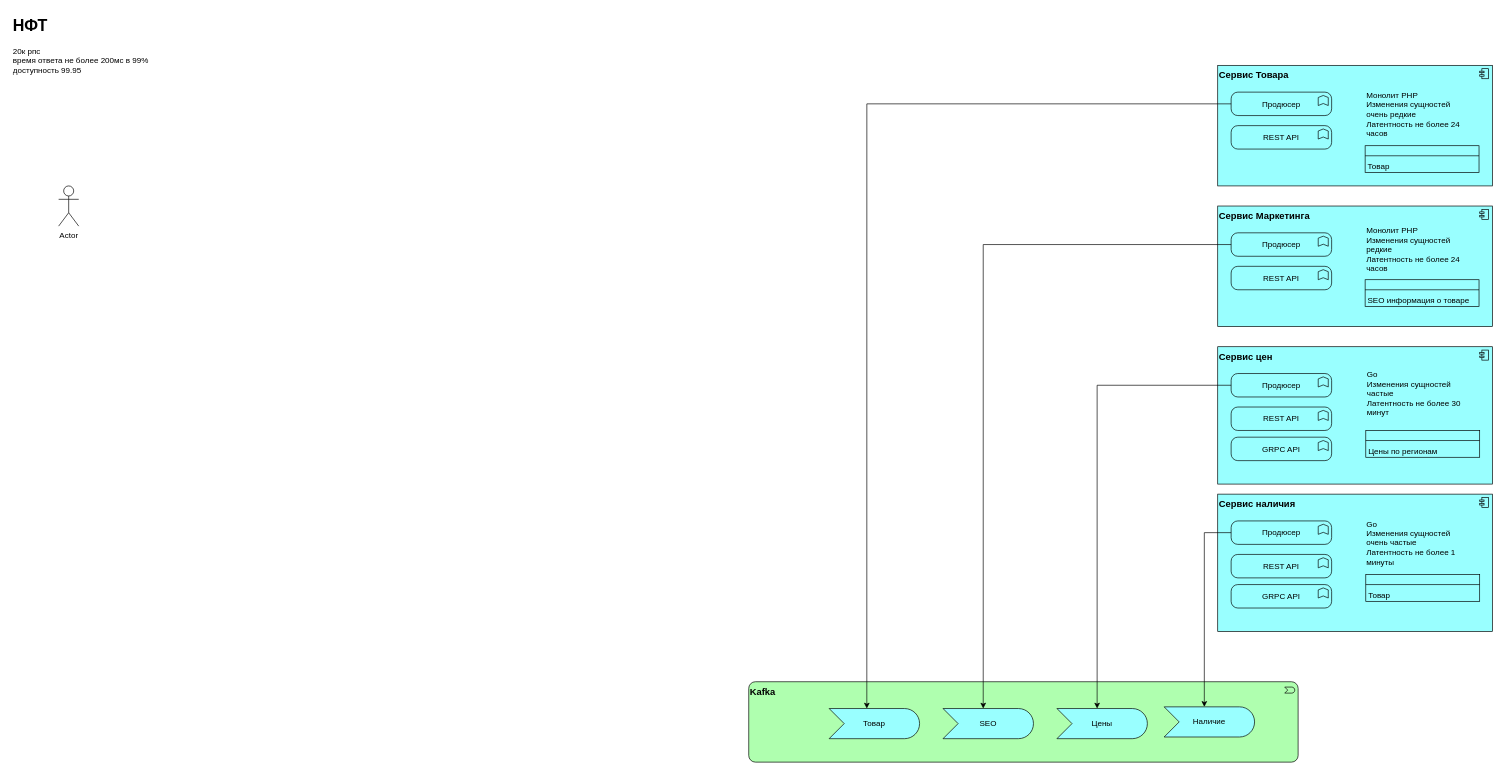
Before: Копия Тестовая КТ.drawio in MuratYMT2/test, a draw.io diagram. Source tidied: cells renumbered, new cells numbered last; positions are measured from the earlier drawing's top-left corner, leaving out a move shared by most shapes. Both pictures are drawn from the tidied source at 67%, with x=0, y=0 at pixel (11, 11).
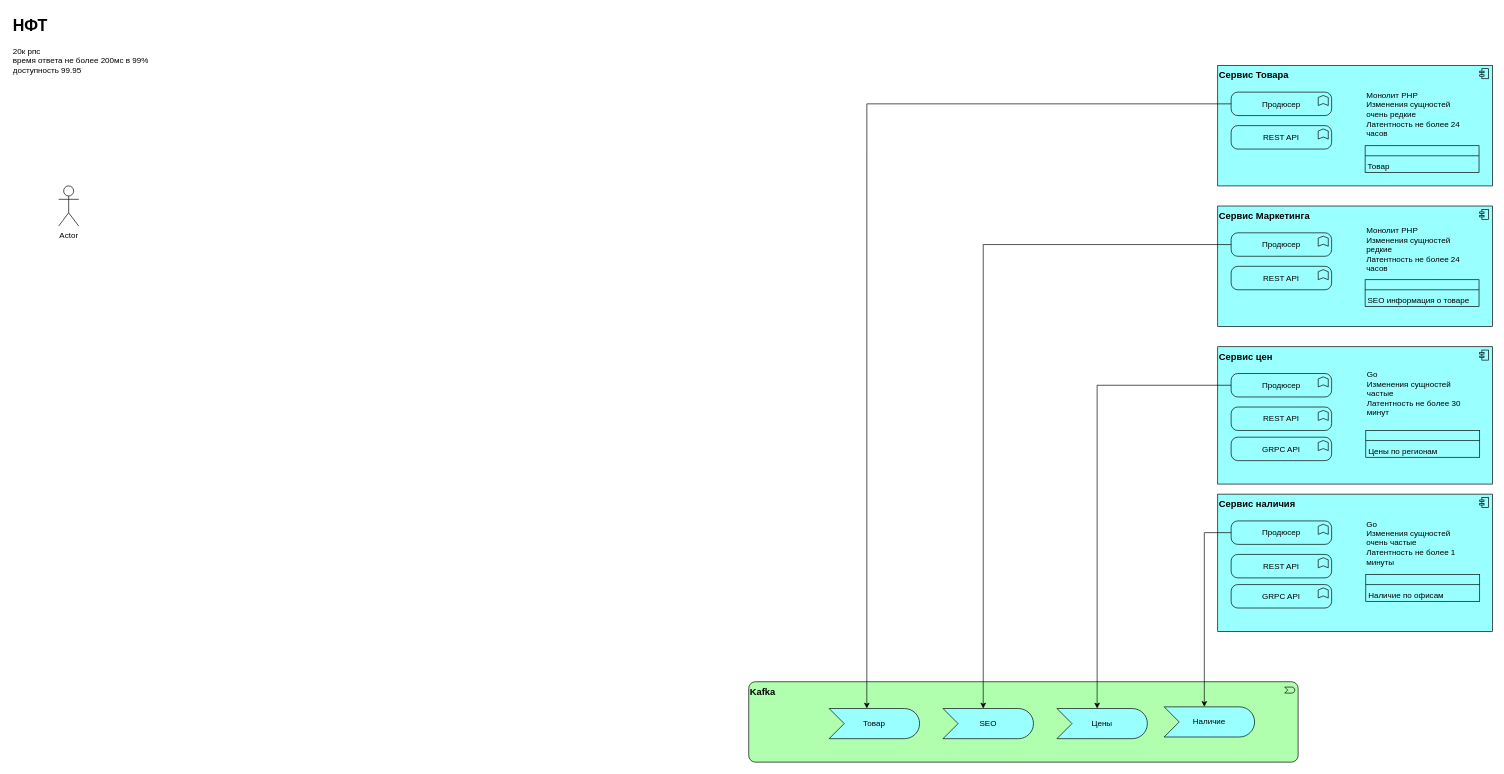
The same diagram, later.

The change refers to these unchanged cells:
```xml
<mxCell id="9" style="group;" parent="1" vertex="1">
  <mxGeometry x="1800" y="720" width="410" height="205" as="geometry" />
</mxCell>
```

Diff of the diagram source:
```diff
@@
-    <mxCell id="13" value="&lt;table cellpadding=&quot;0&quot; cellspacing=&quot;0&quot; style=&quot;font-size:1em;width:100%;height:100%;&quot;&gt;&lt;tbody&gt;&lt;tr style=&quot;height:20px;&quot;&gt;&lt;td align=&quot;center&quot;&gt;&lt;/td&gt;&lt;/tr&gt;&lt;tr&gt;&lt;td align=&quot;left&quot; valign=&quot;top&quot; style=&quot;padding:4px;&quot;&gt;Товар&lt;/td&gt;&lt;/tr&gt;&lt;/tbody&gt;&lt;/table&gt;" style="html=1;whiteSpace=wrap;fillColor=#99ffff;shape=mxgraph.archimate3.businessObject;overflow=fill;" parent="9" vertex="1">
+    <mxCell id="13" value="&lt;table cellpadding=&quot;0&quot; cellspacing=&quot;0&quot; style=&quot;font-size:1em;width:100%;height:100%;&quot;&gt;&lt;tbody&gt;&lt;tr style=&quot;height:20px;&quot;&gt;&lt;td align=&quot;center&quot;&gt;&lt;/td&gt;&lt;/tr&gt;&lt;tr&gt;&lt;td align=&quot;left&quot; valign=&quot;top&quot; style=&quot;padding:4px;&quot;&gt;Наличие по офисам&lt;/td&gt;&lt;/tr&gt;&lt;/tbody&gt;&lt;/table&gt;" style="html=1;whiteSpace=wrap;fillColor=#99ffff;shape=mxgraph.archimate3.businessObject;overflow=fill;" parent="9" vertex="1">
       <mxGeometry x="221" y="120" width="170" height="40" as="geometry" />
     </mxCell>
```
